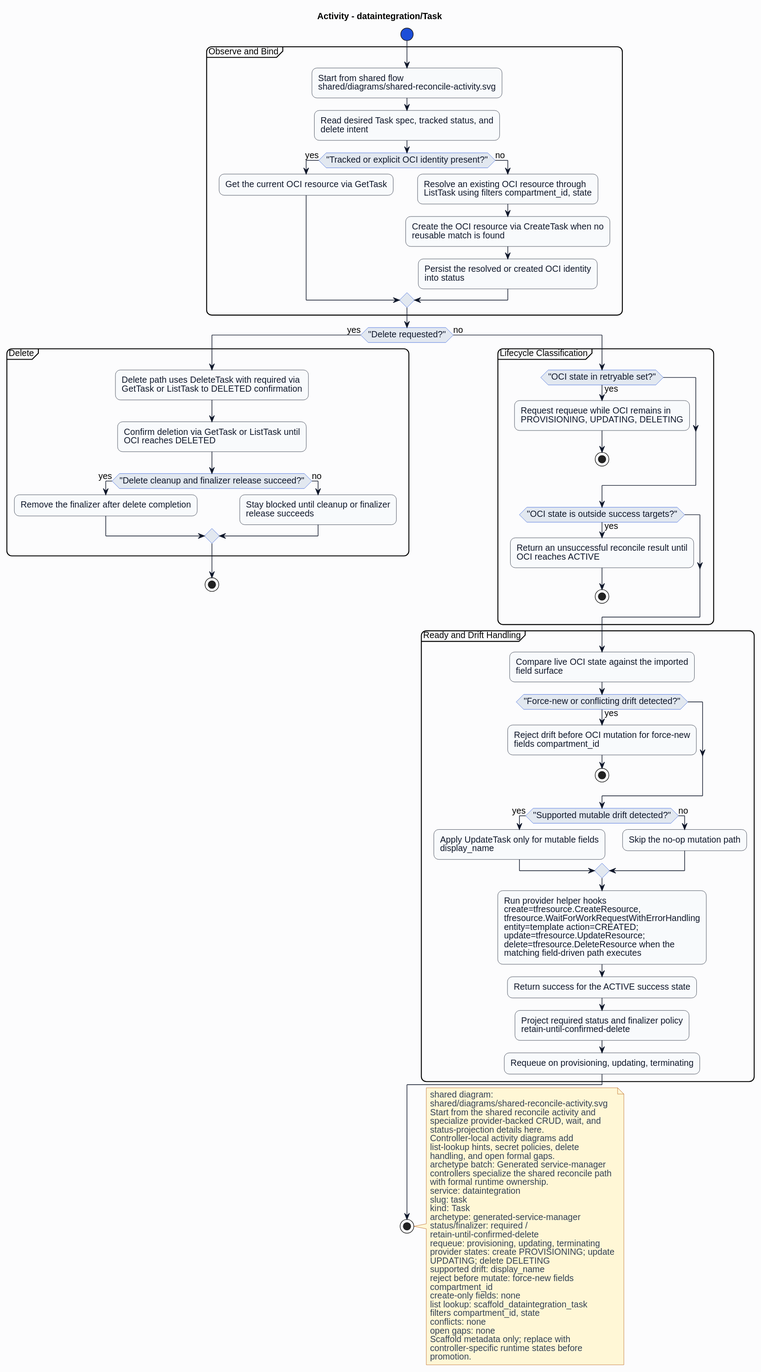
Above: formal/controllers/dataintegration/task/diagrams/activity.svg in HaoyL666/oci-service-operator (PlantUML), before the change.
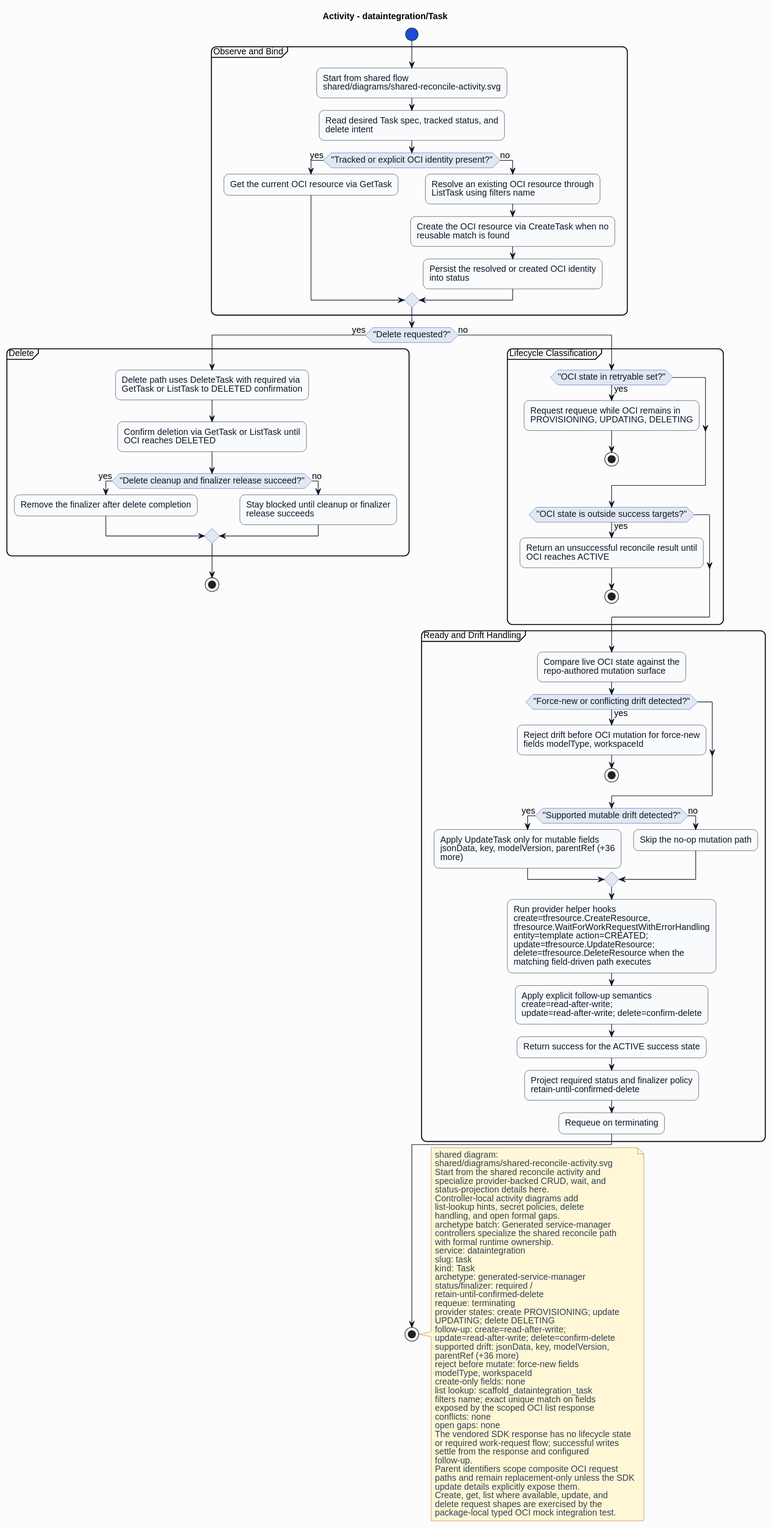
Above is the later version.

Change to the diagram source:
```diff
@@ -27,7 +27,7 @@
 if ("Tracked or explicit OCI identity present?") then (yes)
 :Get the current OCI resource via GetTask;
 else (no)
-:Resolve an existing OCI resource through\nListTask using filters compartment_id, state;
+:Resolve an existing OCI resource through\nListTask using filters name;
 :Create the OCI resource via CreateTask when no\nreusable match is found;
 :Persist the resolved or created OCI identity\ninto status;
 endif
@@ -55,20 +55,21 @@
 endif
 }
 partition "Ready and Drift Handling" {
-:Compare live OCI state against the imported\nfield surface;
+:Compare live OCI state against the\nrepo-authored mutation surface;
 if ("Force-new or conflicting drift detected?") then (yes)
-:Reject drift before OCI mutation for force-new\nfields compartment_id;
+:Reject drift before OCI mutation for force-new\nfields modelType, workspaceId;
 stop
 endif
 if ("Supported mutable drift detected?") then (yes)
-:Apply UpdateTask only for mutable fields\ndisplay_name;
+:Apply UpdateTask only for mutable fields\njsonData, key, modelVersion, parentRef (+36\nmore);
 else (no)
 :Skip the no-op mutation path;
 endif
 :Run provider helper hooks\ncreate=tfresource.CreateResource,\ntfresource.WaitForWorkRequestWithErrorHandling\nentity=template action=CREATED;\nupdate=tfresource.UpdateResource;\ndelete=tfresource.DeleteResource when the\nmatching field-driven path executes;
+:Apply explicit follow-up semantics\ncreate=read-after-write;\nupdate=read-after-write; delete=confirm-delete;
 :Return success for the ACTIVE success state;
 :Project required status and finalizer policy\nretain-until-confirmed-delete;
-:Requeue on provisioning, updating, terminating;
+:Requeue on terminating;
 }
 endif
 stop
@@ -90,19 +91,30 @@
 archetype: generated-service-manager
 status/finalizer: required /
 retain-until-confirmed-delete
-requeue: provisioning, updating, terminating
+requeue: terminating
 provider states: create PROVISIONING; update
 UPDATING; delete DELETING
-supported drift: display_name
+follow-up: create=read-after-write;
+update=read-after-write; delete=confirm-delete
+supported drift: jsonData, key, modelVersion,
+parentRef (+36 more)
 reject before mutate: force-new fields
-compartment_id
+modelType, workspaceId
 create-only fields: none
 list lookup: scaffold_dataintegration_task
-filters compartment_id, state
+filters name; exact unique match on fields
+exposed by the scoped OCI list response
 conflicts: none
 open gaps: none
-Scaffold metadata only; replace with
-controller-specific runtime states before
-promotion.
+The vendored SDK response has no lifecycle state
+or required work-request flow; successful writes
+settle from the response and configured
+follow-up.
+Parent identifiers scope composite OCI request
+paths and remain replacement-only unless the SDK
+update details explicitly expose them.
+Create, get, list where available, update, and
+delete request shapes are exercised by the
+package-local typed OCI mock integration test.
 end note
 @enduml
```
